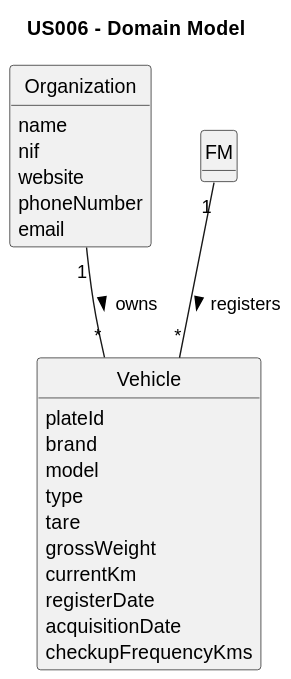
Earlier version of the PlantUML export docs/sprintB/us006/02.analysis/svg/us006-domain-model.svg (Rui-San/LAPR2_2023_2024).
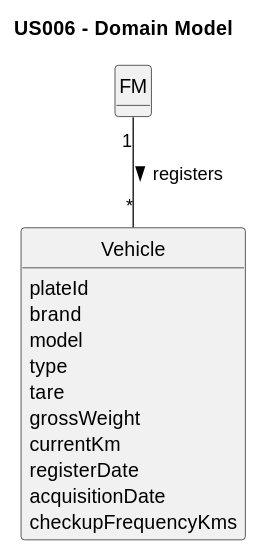
The same diagram one commit later.

The edit, as a diff of the source:
```diff
@@ -8,13 +8,7 @@
 
 title US006 - Domain Model
 
-class Organization {
-    name
-    nif
-    website
-    phoneNumber
-    email
-}
+
 
 class Vehicle{
     plateId
@@ -29,6 +23,6 @@
     checkupFrequencyKms
 }
 
-Organization "1" -- "*" Vehicle : "owns >"
+
 FM "1" -- "*" Vehicle : "registers >"
 @enduml
```
